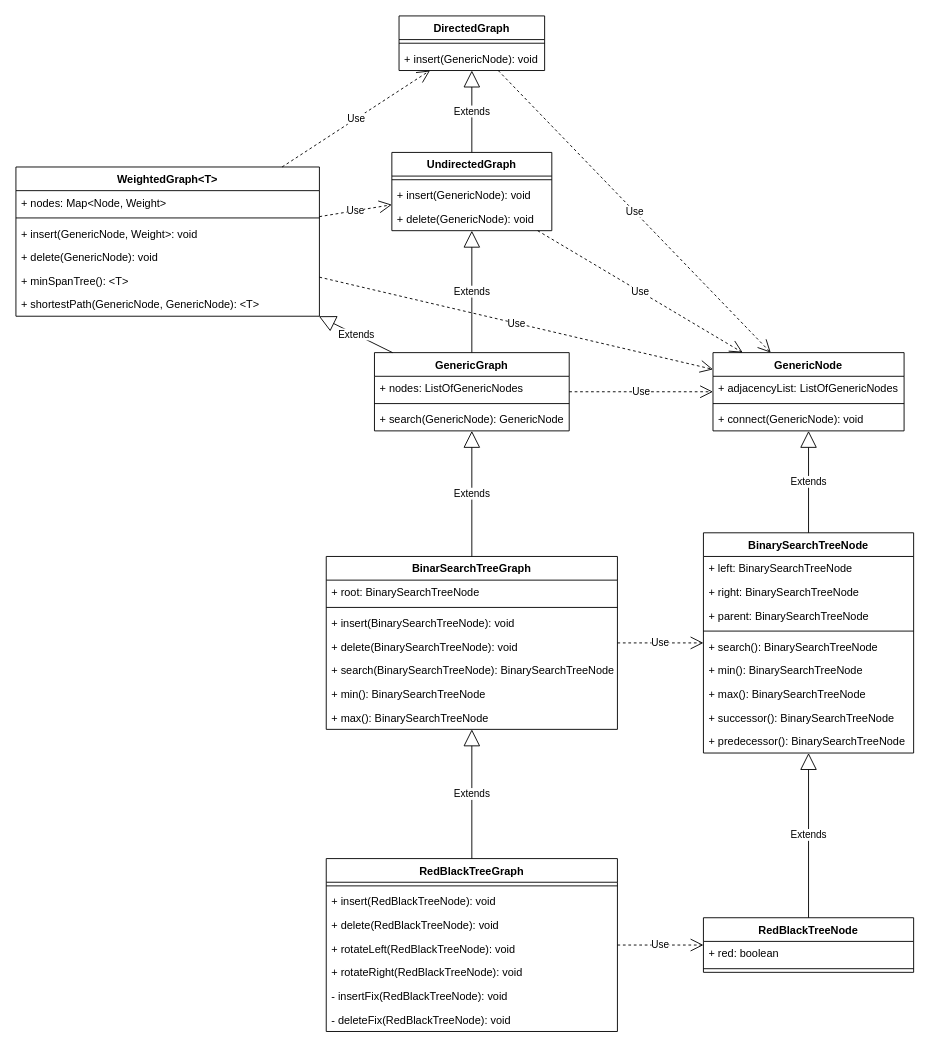
Earlier version of the draw.io diagram qGraphs.drawio (qStivi/qGraphs). Source tidied: cells renumbered, new cells numbered last; positions are measured from the earlier drawing's top-left corner, leaving out a move shared by most shapes. Both pictures are drawn from the tidied source at 91%, with x=0, y=0 at pixel (15, 15).
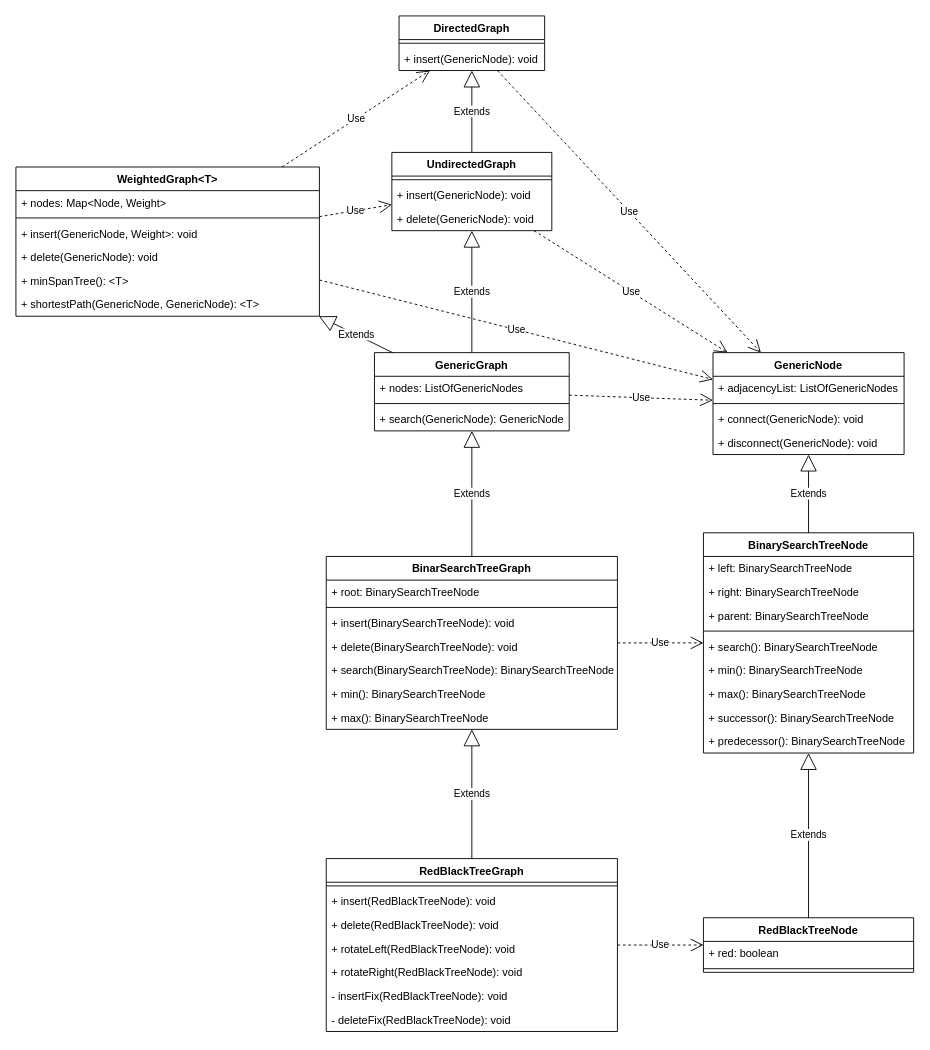
After the change.

Diff of the diagram source:
```diff
@@
     <mxCell id="6" value="GenericNode" style="swimlane;fontStyle=1;align=center;verticalAlign=top;horizontal=1;startSize=26;" parent="1" vertex="1">
-      <mxGeometry x="766" y="370" width="210" height="86" as="geometry" />
+      <mxGeometry x="766" y="370" width="210" height="112" as="geometry" />
     </mxCell>
@@
+    <mxCell id="68" value="+ disconnect(GenericNode): void" style="text;strokeColor=none;fillColor=none;align=left;verticalAlign=top;spacingLeft=4;spacingRight=4;overflow=hidden;" parent="6" vertex="1">
+      <mxGeometry y="86" width="210" height="26" as="geometry" />
+    </mxCell>
```
